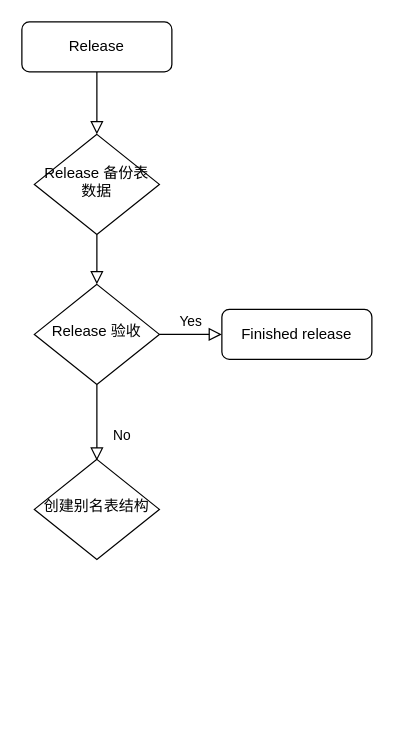
Earlier version of the draw.io diagram Untitled1 Diagram.drawio (leiting6/diagrams). Source tidied: cells renumbered, new cells numbered last; positions are measured from the earlier drawing's top-left corner, leaving out a move shared by most shapes. Both pictures are drawn from the tidied source at 125%, with x=0, y=0 at pixel (21, 21).
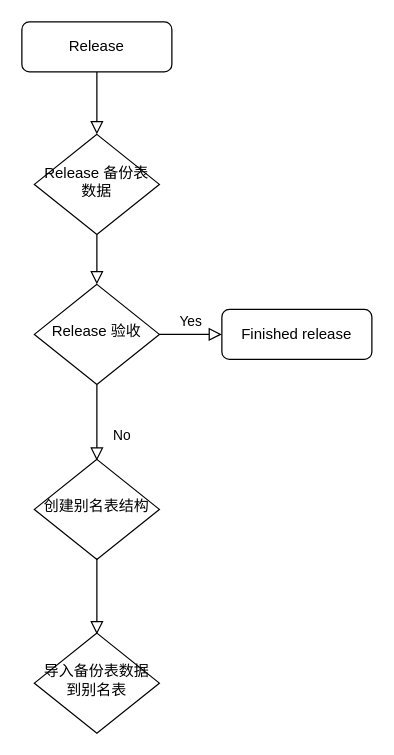
After the change.

Commit message:
release_rollback

Diff of the diagram source:
```diff
@@
 <mxGraphModel>
   <root>
     <mxCell id="0" />
     <mxCell id="1" parent="0" />
     <mxCell id="2" style="rounded=0;html=1;jettySize=auto;fontSize=11;endArrow=block;endFill=0;endSize=8;strokeWidth=1;shadow=0;labelBackgroundColor=none;edgeStyle=orthogonalEdgeStyle;" parent="1" edge="1" source="3" target="5">
       <mxGeometry relative="1" as="geometry" />
     </mxCell>
     <mxCell id="3" value="Release" style="rounded=1;whiteSpace=wrap;html=1;fontSize=12;glass=0;strokeWidth=1;shadow=0;" parent="1" vertex="1">
       <mxGeometry width="120" height="40" as="geometry" />
     </mxCell>
     <mxCell id="4" style="rounded=0;html=1;jettySize=auto;fontSize=11;endArrow=block;endFill=0;endSize=8;strokeWidth=1;shadow=0;labelBackgroundColor=none;edgeStyle=orthogonalEdgeStyle;" parent="1" edge="1" source="5" target="8">
       <mxGeometry y="20" relative="1" as="geometry" />
     </mxCell>
     <mxCell id="5" value="Release 备份表数据" style="rhombus;whiteSpace=wrap;html=1;shadow=0;fontFamily=Helvetica;fontSize=12;align=center;strokeWidth=1;spacing=6;spacingTop=-4;" parent="1" vertex="1">
       <mxGeometry x="10" y="90" width="100" height="80" as="geometry" />
     </mxCell>
     <mxCell id="6" value="No" style="rounded=0;html=1;jettySize=auto;fontSize=11;endArrow=block;endFill=0;endSize=8;strokeWidth=1;shadow=0;labelBackgroundColor=none;edgeStyle=orthogonalEdgeStyle;" parent="1" edge="1" source="8">
       <mxGeometry x="0.33" y="20" relative="1" as="geometry">
         <mxPoint x="60" y="351" as="targetPoint" />
       </mxGeometry>
     </mxCell>
     <mxCell id="7" value="Yes" style="edgeStyle=orthogonalEdgeStyle;rounded=0;html=1;jettySize=auto;fontSize=11;endArrow=block;endFill=0;endSize=8;strokeWidth=1;shadow=0;labelBackgroundColor=none;" parent="1" edge="1" source="8" target="9">
       <mxGeometry y="10" relative="1" as="geometry" />
     </mxCell>
     <mxCell id="8" value="Release 验收" style="rhombus;whiteSpace=wrap;html=1;shadow=0;fontFamily=Helvetica;fontSize=12;align=center;strokeWidth=1;spacing=6;spacingTop=-4;" parent="1" vertex="1">
       <mxGeometry x="10" y="210" width="100" height="80" as="geometry" />
     </mxCell>
     <mxCell id="9" value="Finished release" style="rounded=1;whiteSpace=wrap;html=1;fontSize=12;glass=0;strokeWidth=1;shadow=0;" parent="1" vertex="1">
       <mxGeometry x="160" y="230" width="120" height="40" as="geometry" />
     </mxCell>
     <mxCell id="10" value="创建别名表结构" style="rhombus;whiteSpace=wrap;html=1;shadow=0;fontFamily=Helvetica;fontSize=12;align=center;strokeWidth=1;spacing=6;spacingTop=-4;" parent="1" vertex="1">
       <mxGeometry x="10" y="350" width="100" height="80" as="geometry" />
     </mxCell>
+    <mxCell id="11" style="rounded=0;html=1;jettySize=auto;orthogonalLoop=1;fontSize=11;endArrow=block;endFill=0;endSize=8;strokeWidth=1;shadow=0;labelBackgroundColor=none;edgeStyle=orthogonalEdgeStyle;" parent="1" edge="1">
+      <mxGeometry x="0.33" y="20" relative="1" as="geometry">
+        <mxPoint x="60" y="429" as="sourcePoint" />
+        <mxPoint x="60" y="490" as="targetPoint" />
+        <Array as="points">
+          <mxPoint x="60" y="460" />
+          <mxPoint x="60" y="460" />
+        </Array>
+      </mxGeometry>
+    </mxCell>
+    <mxCell id="12" value="导入备份表数据到别名表" style="rhombus;whiteSpace=wrap;html=1;shadow=0;fontFamily=Helvetica;fontSize=12;align=center;strokeWidth=1;spacing=6;spacingTop=-4;" parent="1" vertex="1">
+      <mxGeometry x="10" y="489" width="100" height="80" as="geometry" />
+    </mxCell>
   </root>
 </mxGraphModel>
```
